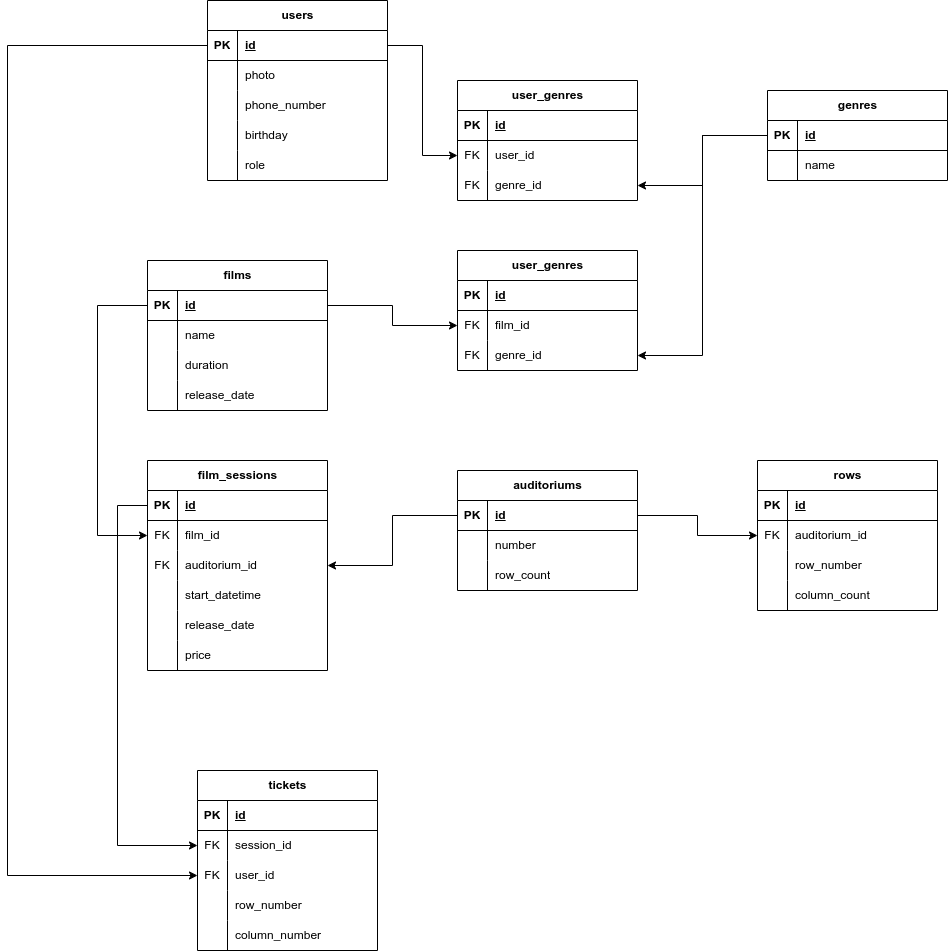
AndreiDuvakin/Django_CineSync keeps this draw.io diagram as Документы/База.drawio.png. Above is the earlier version. Source tidied: cells renumbered, new cells last; positions are measured from the earlier drawing's top-left corner, leaving out a move shared by most shapes.
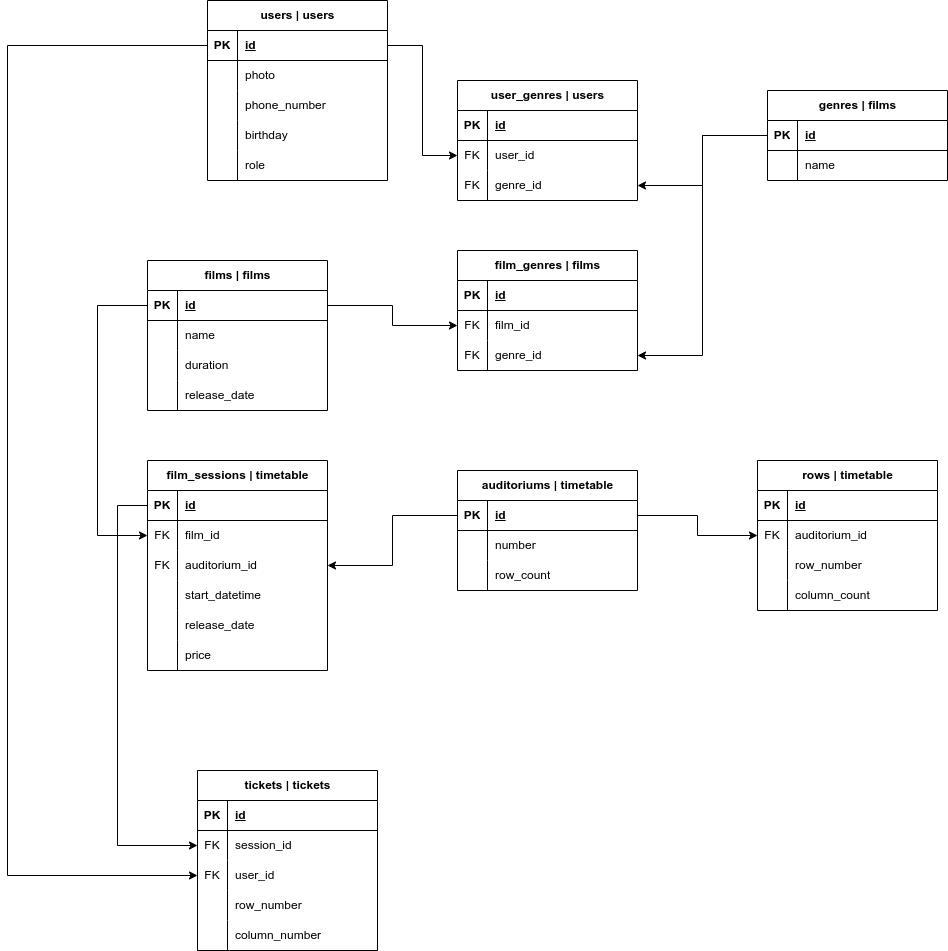
Later version of the same file.

Commit message:
поменял бдшку

Change to the diagram source:
```diff
@@ -2,7 +2,7 @@
   <root>
     <mxCell id="0" />
     <mxCell id="1" parent="0" />
-    <mxCell id="2" value="users" style="shape=table;startSize=30;rowLines=0;fontStyle=1;align=center;html=1;" parent="1" vertex="1">
+    <mxCell id="2" value="users | users" style="shape=table;startSize=30;rowLines=0;fontStyle=1;align=center;html=1;" parent="1" vertex="1">
       <mxGeometry x="200" width="180" height="180" as="geometry" />
     </mxCell>
     <mxCell id="3" style="shape=tableRow;horizontal=0;startSize=0;swimlaneHead=0;swimlaneBody=0;fillColor=none;points=[[0,0.5],[1,0.5]];portConstraint=eastwest;top=0;left=0;right=0;bottom=1;" parent="2" vertex="1">
@@ -50,7 +50,7 @@
     <mxCell id="17" value="role" style="shape=partialRectangle;fillColor=none;top=0;left=0;bottom=0;right=0;align=left;spacingLeft=6;overflow=hidden;whiteSpace=wrap;html=1;" parent="15" vertex="1">
       <mxGeometry x="30" width="150" height="30" as="geometry" />
     </mxCell>
-    <mxCell id="18" value="genres" style="shape=table;startSize=30;rowLines=0;fontStyle=1;align=center;html=1;" parent="1" vertex="1">
+    <mxCell id="18" value="genres | films" style="shape=table;startSize=30;rowLines=0;fontStyle=1;align=center;html=1;" parent="1" vertex="1">
       <mxGeometry x="760" y="90" width="180" height="90" as="geometry" />
     </mxCell>
     <mxCell id="19" style="shape=tableRow;horizontal=0;startSize=0;swimlaneHead=0;swimlaneBody=0;fillColor=none;points=[[0,0.5],[1,0.5]];portConstraint=eastwest;top=0;left=0;right=0;bottom=1;" parent="18" vertex="1">
@@ -71,7 +71,7 @@
     <mxCell id="24" value="name" style="shape=partialRectangle;fillColor=none;top=0;left=0;bottom=0;right=0;align=left;spacingLeft=6;overflow=hidden;whiteSpace=wrap;html=1;" parent="22" vertex="1">
       <mxGeometry x="30" width="150" height="30" as="geometry" />
     </mxCell>
-    <mxCell id="25" value="user_genres" style="shape=table;startSize=30;rowLines=0;fontStyle=1;align=center;html=1;" parent="1" vertex="1">
+    <mxCell id="25" value="user_genres | users" style="shape=table;startSize=30;rowLines=0;fontStyle=1;align=center;html=1;" parent="1" vertex="1">
       <mxGeometry x="450" y="80" width="180" height="120" as="geometry" />
     </mxCell>
     <mxCell id="26" style="shape=tableRow;horizontal=0;startSize=0;swimlaneHead=0;swimlaneBody=0;fillColor=none;top=0;left=0;right=0;bottom=1;" parent="25" vertex="1">
@@ -107,7 +107,7 @@
     <mxCell id="36" style="edgeStyle=orthogonalEdgeStyle;rounded=0;jettySize=auto;html=1;entryX=1;entryY=0.5;entryDx=0;entryDy=0;" parent="1" edge="1" source="19" target="32">
       <mxGeometry relative="1" as="geometry" />
     </mxCell>
-    <mxCell id="37" value="films" style="shape=table;startSize=30;rowLines=0;fontStyle=1;align=center;html=1;" parent="1" vertex="1">
+    <mxCell id="37" value="films | films" style="shape=table;startSize=30;rowLines=0;fontStyle=1;align=center;html=1;" parent="1" vertex="1">
       <mxGeometry x="140" y="260" width="180" height="150" as="geometry" />
     </mxCell>
     <mxCell id="38" style="shape=tableRow;horizontal=0;startSize=0;swimlaneHead=0;swimlaneBody=0;fillColor=none;points=[[0,0.5],[1,0.5]];portConstraint=eastwest;top=0;left=0;right=0;bottom=1;" parent="37" vertex="1">
@@ -146,7 +146,7 @@
     <mxCell id="49" value="release_date" style="shape=partialRectangle;fillColor=none;top=0;left=0;bottom=0;right=0;align=left;spacingLeft=6;overflow=hidden;whiteSpace=wrap;html=1;" parent="47" vertex="1">
       <mxGeometry x="30" width="150" height="30" as="geometry" />
     </mxCell>
-    <mxCell id="50" value="user_genres" style="shape=table;startSize=30;rowLines=0;fontStyle=1;align=center;html=1;" parent="1" vertex="1">
+    <mxCell id="50" value="film_genres | films" style="shape=table;startSize=30;rowLines=0;fontStyle=1;align=center;html=1;" parent="1" vertex="1">
       <mxGeometry x="450" y="250" width="180" height="120" as="geometry" />
     </mxCell>
     <mxCell id="51" style="shape=tableRow;horizontal=0;startSize=0;swimlaneHead=0;swimlaneBody=0;fillColor=none;top=0;left=0;right=0;bottom=1;" parent="50" vertex="1">
@@ -182,7 +182,7 @@
     <mxCell id="61" style="edgeStyle=orthogonalEdgeStyle;rounded=0;jettySize=auto;html=1;entryX=1;entryY=0.5;entryDx=0;entryDy=0;" parent="1" edge="1" source="19" target="57">
       <mxGeometry relative="1" as="geometry" />
     </mxCell>
-    <mxCell id="62" value="film_sessions" style="shape=table;startSize=30;rowLines=0;fontStyle=1;align=center;html=1;" parent="1" vertex="1">
+    <mxCell id="62" value="film_sessions | timetable" style="shape=table;startSize=30;rowLines=0;fontStyle=1;align=center;html=1;" parent="1" vertex="1">
       <mxGeometry x="140" y="460" width="180" height="210" as="geometry" />
     </mxCell>
     <mxCell id="63" style="shape=tableRow;horizontal=0;startSize=0;swimlaneHead=0;swimlaneBody=0;fillColor=none;points=[[0,0.5],[1,0.5]];portConstraint=eastwest;top=0;left=0;right=0;bottom=1;" parent="62" vertex="1">
@@ -247,7 +247,7 @@
         </Array>
       </mxGeometry>
     </mxCell>
-    <mxCell id="82" value="auditoriums" style="shape=table;startSize=30;rowLines=0;fontStyle=1;align=center;html=1;" parent="1" vertex="1">
+    <mxCell id="82" value="auditoriums | timetable" style="shape=table;startSize=30;rowLines=0;fontStyle=1;align=center;html=1;" parent="1" vertex="1">
       <mxGeometry x="450" y="470" width="180" height="120" as="geometry" />
     </mxCell>
     <mxCell id="83" style="shape=tableRow;horizontal=0;startSize=0;swimlaneHead=0;swimlaneBody=0;fillColor=none;points=[[0,0.5],[1,0.5]];portConstraint=eastwest;top=0;left=0;right=0;bottom=1;" parent="82" vertex="1">
@@ -277,7 +277,7 @@
     <mxCell id="91" value="row_count" style="shape=partialRectangle;fillColor=none;top=0;left=0;bottom=0;right=0;align=left;spacingLeft=6;overflow=hidden;whiteSpace=wrap;html=1;" parent="89" vertex="1">
       <mxGeometry x="30" width="150" height="30" as="geometry" />
     </mxCell>
-    <mxCell id="92" value="rows" style="shape=table;startSize=30;rowLines=0;fontStyle=1;align=center;html=1;" parent="1" vertex="1">
+    <mxCell id="92" value="rows | timetable" style="shape=table;startSize=30;rowLines=0;fontStyle=1;align=center;html=1;" parent="1" vertex="1">
       <mxGeometry x="750" y="460" width="180" height="150" as="geometry" />
     </mxCell>
     <mxCell id="93" style="shape=tableRow;horizontal=0;startSize=0;swimlaneHead=0;swimlaneBody=0;fillColor=none;top=0;left=0;right=0;bottom=1;" parent="92" vertex="1">
@@ -322,7 +322,7 @@
     <mxCell id="106" style="edgeStyle=orthogonalEdgeStyle;rounded=0;jettySize=auto;html=1;entryX=1;entryY=0.5;entryDx=0;entryDy=0;" parent="1" edge="1" source="83" target="69">
       <mxGeometry relative="1" as="geometry" />
     </mxCell>
-    <mxCell id="107" value="tickets" style="shape=table;startSize=30;rowLines=0;fontStyle=1;align=center;html=1;" parent="1" vertex="1">
+    <mxCell id="107" value="tickets | tickets" style="shape=table;startSize=30;rowLines=0;fontStyle=1;align=center;html=1;" parent="1" vertex="1">
       <mxGeometry x="190" y="770" width="180" height="180" as="geometry" />
     </mxCell>
     <mxCell id="108" style="shape=tableRow;horizontal=0;startSize=0;swimlaneHead=0;swimlaneBody=0;fillColor=none;top=0;left=0;right=0;bottom=1;" parent="107" vertex="1">
```
